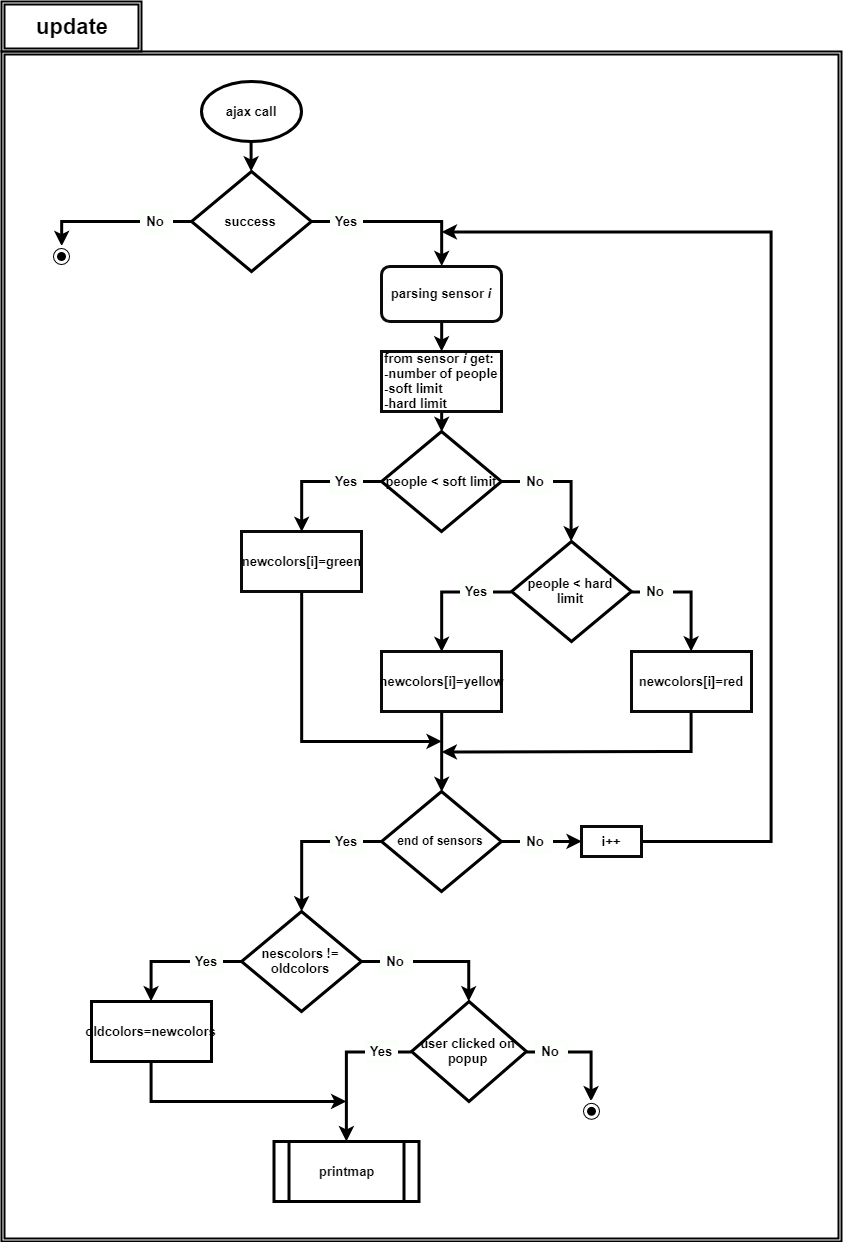
This is Immagini/Diagrammi/update.png from gianlubiscotto/SnifferWiFi, a draw.io export, as it was before one commit. Source tidied: cells renumbered, new cells last; positions are measured from the earlier drawing's top-left corner, leaving out a move shared by most shapes.
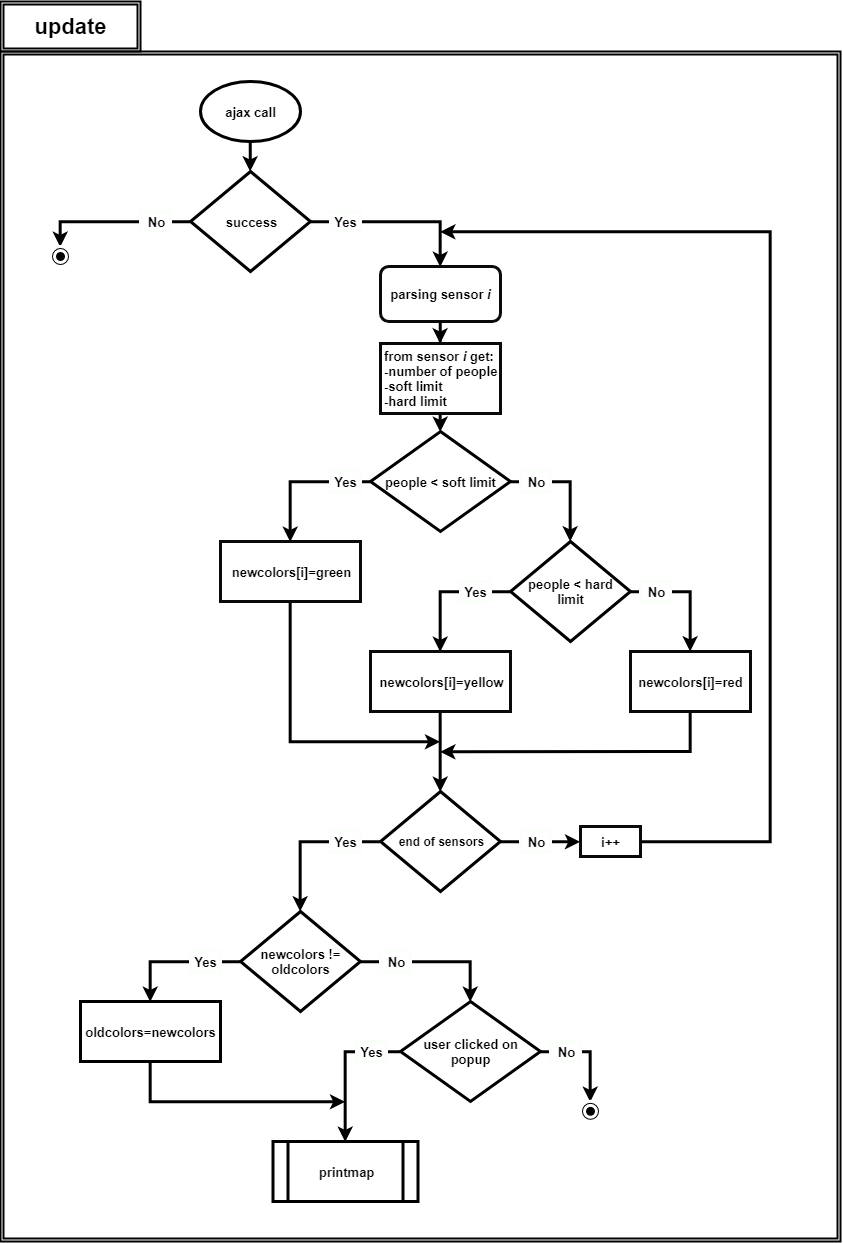
After the change.

Change to the diagram source:
```diff
@@ -30,7 +30,7 @@
       <mxGeometry relative="1" as="geometry" />
     </mxCell>
     <mxCell id="11" value="from sensor &lt;i style=&quot;font-size: 13px;&quot;&gt;i&lt;/i&gt; get: &lt;br style=&quot;font-size: 13px;&quot;&gt;-number of people&lt;br style=&quot;font-size: 13px;&quot;&gt;-soft limit&lt;br style=&quot;font-size: 13px;&quot;&gt;-hard limit&amp;nbsp;" style="rounded=0;whiteSpace=wrap;html=1;strokeColor=#0A0A0A;fillColor=#FFFFFF;align=left;fontSize=13;fontStyle=1;strokeWidth=3;" parent="1" vertex="1">
-      <mxGeometry x="380" y="350" width="120" height="60" as="geometry" />
+      <mxGeometry x="380" y="342" width="120" height="70" as="geometry" />
     </mxCell>
     <mxCell id="12" style="edgeStyle=orthogonalEdgeStyle;rounded=0;jettySize=auto;html=1;exitX=0;exitY=0.5;exitDx=0;exitDy=0;exitPerimeter=0;entryX=0.5;entryY=0;entryDx=0;entryDy=0;fontStyle=1;strokeWidth=3;" parent="1" edge="1" source="14" target="19">
       <mxGeometry relative="1" as="geometry" />
@@ -39,7 +39,7 @@
       <mxGeometry relative="1" as="geometry" />
     </mxCell>
     <mxCell id="14" value="people &amp;lt; soft limit" style="strokeWidth=3;html=1;shape=mxgraph.flowchart.decision;whiteSpace=wrap;fillColor=#FFFFFF;fontSize=13;fontStyle=1;" parent="1" vertex="1">
-      <mxGeometry x="380" y="430" width="120" height="100" as="geometry" />
+      <mxGeometry x="370" y="430" width="140" height="100" as="geometry" />
     </mxCell>
     <mxCell id="15" style="edgeStyle=orthogonalEdgeStyle;rounded=0;jettySize=auto;html=1;exitX=0;exitY=0.5;exitDx=0;exitDy=0;exitPerimeter=0;entryX=0.5;entryY=0;entryDx=0;entryDy=0;fontStyle=1;strokeWidth=3;" parent="1" edge="1" source="17" target="21">
       <mxGeometry relative="1" as="geometry" />
@@ -60,13 +60,13 @@
       </mxGeometry>
     </mxCell>
     <mxCell id="19" value="newcolors[i]=green" style="rounded=0;whiteSpace=wrap;html=1;strokeColor=#0A0A0A;fillColor=#FFFFFF;fontSize=13;fontStyle=1;strokeWidth=3;" parent="1" vertex="1">
-      <mxGeometry x="240" y="530" width="120" height="60" as="geometry" />
+      <mxGeometry x="220" y="540" width="140" height="60" as="geometry" />
     </mxCell>
     <mxCell id="20" style="edgeStyle=orthogonalEdgeStyle;rounded=0;jettySize=auto;html=1;exitX=0.5;exitY=1;exitDx=0;exitDy=0;entryX=0.5;entryY=0;entryDx=0;entryDy=0;entryPerimeter=0;fontStyle=1;strokeWidth=3;" parent="1" edge="1" source="21" target="26">
       <mxGeometry relative="1" as="geometry" />
     </mxCell>
     <mxCell id="21" value="newcolors[i]=yellow" style="rounded=0;whiteSpace=wrap;html=1;strokeColor=#0A0A0A;fillColor=#FFFFFF;fontSize=13;fontStyle=1;strokeWidth=3;" parent="1" vertex="1">
-      <mxGeometry x="380" y="650" width="120" height="60" as="geometry" />
+      <mxGeometry x="370" y="650" width="140" height="60" as="geometry" />
     </mxCell>
     <mxCell id="22" style="edgeStyle=orthogonalEdgeStyle;rounded=0;jettySize=auto;html=1;exitX=0.5;exitY=1;exitDx=0;exitDy=0;fontStyle=1;strokeWidth=3;" parent="1" edge="1" source="23">
       <mxGeometry relative="1" as="geometry">
@@ -127,7 +127,7 @@
     <mxCell id="37" style="edgeStyle=orthogonalEdgeStyle;rounded=0;jettySize=auto;html=1;exitX=1;exitY=0.5;exitDx=0;exitDy=0;exitPerimeter=0;fontSize=13;entryX=0.5;entryY=0;entryDx=0;entryDy=0;entryPerimeter=0;fontStyle=1;strokeWidth=3;" parent="1" edge="1" source="38" target="41">
       <mxGeometry relative="1" as="geometry" />
     </mxCell>
-    <mxCell id="38" value="nescolors != oldcolors" style="strokeWidth=3;html=1;shape=mxgraph.flowchart.decision;whiteSpace=wrap;fillColor=#ffffff;fontSize=13;fontStyle=1;" parent="1" vertex="1">
+    <mxCell id="38" value="newcolors != oldcolors" style="strokeWidth=3;html=1;shape=mxgraph.flowchart.decision;whiteSpace=wrap;fillColor=#ffffff;fontSize=13;fontStyle=1;" parent="1" vertex="1">
       <mxGeometry x="240" y="910" width="120" height="100" as="geometry" />
     </mxCell>
     <mxCell id="39" style="edgeStyle=orthogonalEdgeStyle;rounded=0;jettySize=auto;html=1;exitX=0;exitY=0.5;exitDx=0;exitDy=0;exitPerimeter=0;fontSize=13;entryX=0.5;entryY=0;entryDx=0;entryDy=0;fontStyle=1;strokeWidth=3;" parent="1" edge="1" source="41" target="43">
@@ -137,7 +137,7 @@
       <mxGeometry relative="1" as="geometry" />
     </mxCell>
     <mxCell id="41" value="user clicked on popup" style="strokeWidth=3;html=1;shape=mxgraph.flowchart.decision;whiteSpace=wrap;fillColor=#ffffff;fontSize=13;fontStyle=1;" parent="1" vertex="1">
-      <mxGeometry x="410" y="1000" width="115" height="100" as="geometry" />
+      <mxGeometry x="400" y="1000" width="140" height="100" as="geometry" />
     </mxCell>
     <mxCell id="42" style="ellipse;shape=doubleEllipse;whiteSpace=wrap;html=1;fillColor=#000000;strokeColor=#FFFFFF;fontStyle=1;strokeWidth=3;" parent="1" vertex="1">
       <mxGeometry x="580" y="1099.8" width="20" height="20" as="geometry" />
@@ -155,7 +155,7 @@
       </mxGeometry>
     </mxCell>
     <mxCell id="45" value="oldcolors=newcolors" style="rounded=0;whiteSpace=wrap;html=1;strokeColor=#000000;fillColor=#ffffff;fontSize=13;fontStyle=1;strokeWidth=3;" parent="1" vertex="1">
-      <mxGeometry x="90" y="1000" width="120" height="60" as="geometry" />
+      <mxGeometry x="80" y="1000" width="140" height="60" as="geometry" />
     </mxCell>
     <mxCell id="46" value="Yes" style="rounded=0;whiteSpace=wrap;html=1;strokeColor=#FBFFFA;fillColor=#ffffff;fontSize=13;fontStyle=1;strokeWidth=3;" parent="1" vertex="1">
       <mxGeometry x="190" y="950" width="30" height="20" as="geometry" />
@@ -164,10 +164,10 @@
       <mxGeometry x="380" y="950" width="30" height="20" as="geometry" />
     </mxCell>
     <mxCell id="48" value="Yes" style="rounded=0;whiteSpace=wrap;html=1;strokeColor=#FBFFFA;fillColor=#ffffff;fontSize=13;fontStyle=1;strokeWidth=3;" parent="1" vertex="1">
-      <mxGeometry x="365" y="1040" width="30" height="20" as="geometry" />
+      <mxGeometry x="356" y="1040" width="30" height="20" as="geometry" />
     </mxCell>
     <mxCell id="49" value="No" style="rounded=0;whiteSpace=wrap;html=1;strokeColor=#FBFFFA;fillColor=#ffffff;fontSize=13;fontStyle=1;strokeWidth=3;" parent="1" vertex="1">
-      <mxGeometry x="535" y="1040" width="30" height="20" as="geometry" />
+      <mxGeometry x="550" y="1040" width="30" height="20" as="geometry" />
     </mxCell>
     <mxCell id="50" value="Yes" style="rounded=0;whiteSpace=wrap;html=1;strokeColor=#FBFFFA;fillColor=#ffffff;fontSize=13;fontStyle=1;strokeWidth=3;" parent="1" vertex="1">
       <mxGeometry x="330" y="830" width="30" height="20" as="geometry" />
```
